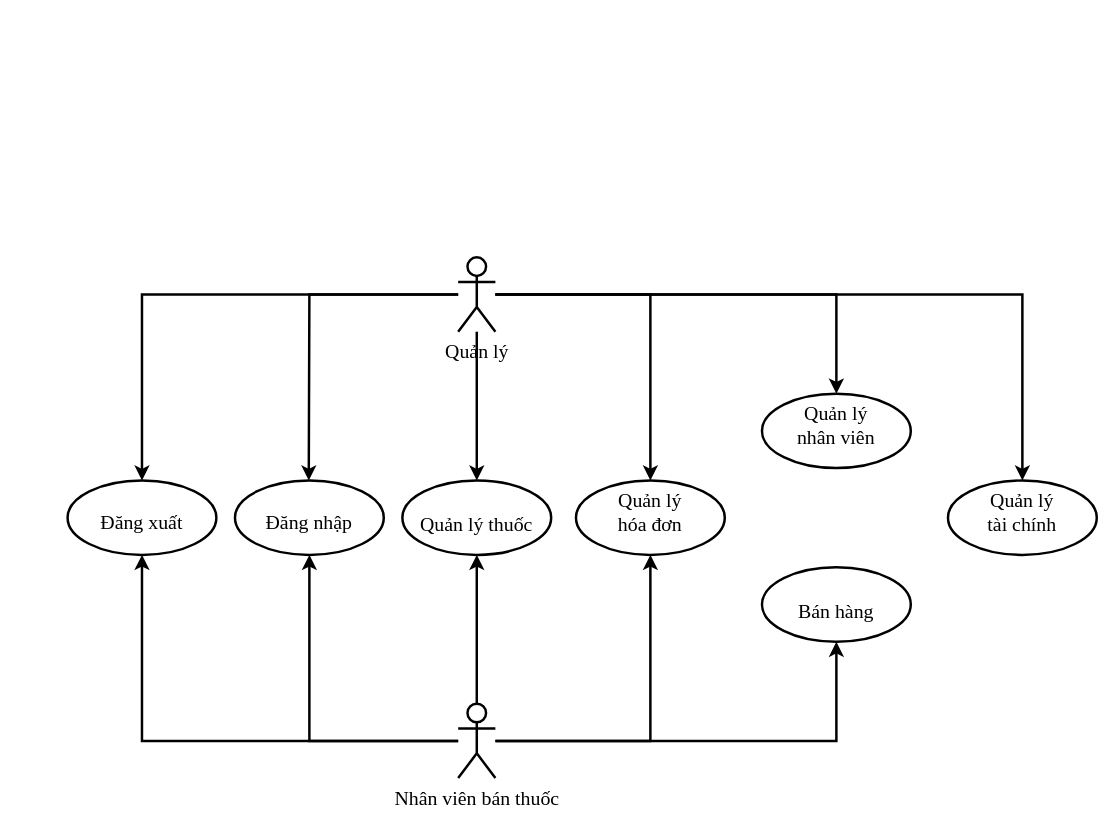
Earlier version of the draw.io diagram diagram/general.drawio (dungph/KMA_CTKH11). Source tidied: cells renumbered, new cells numbered last; positions are measured from the earlier drawing's top-left corner, leaving out a move shared by most shapes. Both pictures are drawn from the tidied source at 124%, with x=0, y=0 at pixel (67, 257).
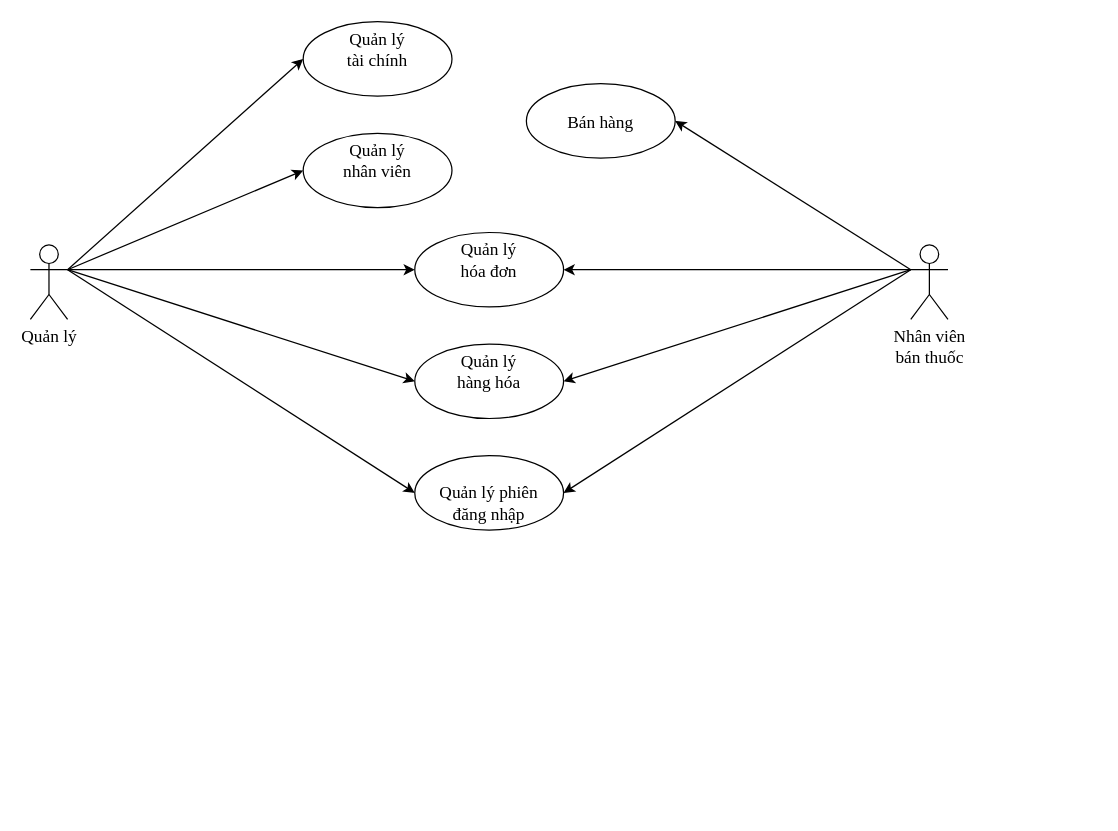
Above is the later version.

Diff of the diagram source:
```diff
@@
-    <mxCell id="2" value="&lt;br&gt;Đăng nhập&lt;br&gt;" style="ellipse;whiteSpace=wrap;html=1;fontSize=16;fontFamily=Times New Roman;verticalAlign=top;strokeWidth=2;align=center;spacingTop=-1;" parent="1" vertex="1">
-      <mxGeometry x="135" y="180" width="120" height="60" as="geometry" />
+    <mxCell id="2" value="&lt;br style=&quot;font-size: 14px;&quot;&gt;Quản lý phiên&lt;br style=&quot;font-size: 14px;&quot;&gt;đăng nhập" style="ellipse;whiteSpace=wrap;html=1;fontSize=14;fontFamily=Times New Roman;verticalAlign=top;strokeWidth=1;align=center;spacingTop=-1;" parent="1" vertex="1">
+      <mxGeometry x="280" y="160" width="120" height="60" as="geometry" />
     </mxCell>
-    <mxCell id="3" value="&lt;br&gt;Đăng xuất&lt;br&gt;" style="ellipse;whiteSpace=wrap;html=1;fontSize=16;fontFamily=Times New Roman;verticalAlign=top;strokeWidth=2;align=center;spacingTop=-1;" parent="1" vertex="1">
-      <mxGeometry y="180" width="120" height="60" as="geometry" />
-    </mxCell>
-    <mxCell id="4" style="edgeStyle=orthogonalEdgeStyle;rounded=0;jettySize=auto;html=1;fontFamily=Times New Roman;fontSize=16;strokeWidth=2;align=center;spacingTop=-1;entryX=0.5;entryY=0;entryDx=0;entryDy=0;" parent="1" edge="1" source="9" target="3">
-      <mxGeometry relative="1" as="geometry" />
-    </mxCell>
-    <mxCell id="5" style="edgeStyle=orthogonalEdgeStyle;rounded=0;jettySize=auto;html=1;fontFamily=Times New Roman;fontSize=16;strokeWidth=2;align=center;spacingTop=-1;entryX=0.5;entryY=0;entryDx=0;entryDy=0;" parent="1" edge="1" source="9">
-      <mxGeometry relative="1" as="geometry">
-        <mxPoint x="194.5" y="180" as="targetPoint" />
-      </mxGeometry>
-    </mxCell>
-    <mxCell id="6" style="edgeStyle=orthogonalEdgeStyle;rounded=0;jettySize=auto;html=1;entryX=0.5;entryY=0;entryDx=0;entryDy=0;fontFamily=Times New Roman;fontSize=16;strokeWidth=2;" parent="1" edge="1" source="9" target="19">
-      <mxGeometry relative="1" as="geometry" />
-    </mxCell>
-    <mxCell id="7" style="edgeStyle=orthogonalEdgeStyle;rounded=0;jettySize=auto;html=1;entryX=0.5;entryY=0;entryDx=0;entryDy=0;fontFamily=Times New Roman;fontSize=16;strokeWidth=2;" parent="1" edge="1" source="9" target="20">
-      <mxGeometry relative="1" as="geometry" />
-    </mxCell>
-    <mxCell id="8" style="edgeStyle=orthogonalEdgeStyle;rounded=0;jettySize=auto;html=1;entryX=0.5;entryY=0;entryDx=0;entryDy=0;fontFamily=Times New Roman;fontSize=16;strokeWidth=2;" parent="1" edge="1" source="9" target="12">
-      <mxGeometry relative="1" as="geometry" />
-    </mxCell>
-    <mxCell id="9" value="Quản lý&lt;br&gt;" style="shape=umlActor;verticalLabelPosition=bottom;verticalAlign=top;html=1;outlineConnect=0;fontFamily=Times New Roman;fontSize=16;strokeWidth=2;" parent="1" vertex="1">
-      <mxGeometry x="315" width="30" height="60" as="geometry" />
+    <mxCell id="9" value="Quản lý&lt;br style=&quot;font-size: 14px;&quot;&gt;" style="shape=umlActor;verticalLabelPosition=bottom;verticalAlign=top;html=1;outlineConnect=0;fontFamily=Times New Roman;fontSize=14;strokeWidth=1;" parent="1" vertex="1">
+      <mxGeometry x="-30" y="-10" width="30" height="60" as="geometry" />
     </mxCell>
-    <mxCell id="10" style="edgeStyle=orthogonalEdgeStyle;rounded=0;jettySize=auto;html=1;fontFamily=Times New Roman;fontSize=16;strokeWidth=2;" parent="1" edge="1" source="9" target="11">
-      <mxGeometry relative="1" as="geometry" />
-    </mxCell>
-    <mxCell id="11" value="Quản lý&lt;br&gt;nhân viên" style="ellipse;whiteSpace=wrap;html=1;fontSize=16;fontFamily=Times New Roman;verticalAlign=top;strokeWidth=2;" parent="1" vertex="1">
-      <mxGeometry x="560" y="110" width="120" height="60" as="geometry" />
+    <mxCell id="11" value="Quản lý&lt;br style=&quot;font-size: 14px;&quot;&gt;nhân viên" style="ellipse;whiteSpace=wrap;html=1;fontSize=14;fontFamily=Times New Roman;verticalAlign=top;strokeWidth=1;" parent="1" vertex="1">
+      <mxGeometry x="190" y="-100" width="120" height="60" as="geometry" />
     </mxCell>
-    <mxCell id="12" value="&lt;br&gt;Quản lý thuốc" style="ellipse;whiteSpace=wrap;html=1;fontSize=16;fontFamily=Times New Roman;verticalAlign=top;strokeWidth=2;" parent="1" vertex="1">
-      <mxGeometry x="270" y="180" width="120" height="60" as="geometry" />
+    <mxCell id="12" value="Quản lý&lt;br style=&quot;font-size: 14px;&quot;&gt;hàng hóa" style="ellipse;whiteSpace=wrap;html=1;fontSize=14;fontFamily=Times New Roman;verticalAlign=top;strokeWidth=1;" parent="1" vertex="1">
+      <mxGeometry x="280" y="70" width="120" height="60" as="geometry" />
     </mxCell>
-    <mxCell id="13" style="edgeStyle=orthogonalEdgeStyle;rounded=0;jettySize=auto;html=1;entryX=0.5;entryY=1;entryDx=0;entryDy=0;fontFamily=Times New Roman;fontSize=16;strokeWidth=2;" parent="1" edge="1" source="18" target="3">
-      <mxGeometry relative="1" as="geometry" />
-    </mxCell>
+    <mxCell id="18" value="Nhân viên&lt;br style=&quot;font-size: 14px;&quot;&gt;bán thuốc" style="shape=umlActor;verticalLabelPosition=bottom;verticalAlign=top;html=1;outlineConnect=0;fontFamily=Times New Roman;fontSize=14;strokeWidth=1;" parent="1" vertex="1">
+      <mxGeometry x="680" y="-10" width="30" height="60" as="geometry" />
+    </mxCell>
+    <mxCell id="19" value="Quản lý&lt;br style=&quot;font-size: 14px;&quot;&gt;tài chính&lt;br style=&quot;font-size: 14px;&quot;&gt;" style="ellipse;whiteSpace=wrap;html=1;fontSize=14;fontFamily=Times New Roman;verticalAlign=top;strokeWidth=1;" parent="1" vertex="1">
+      <mxGeometry x="190" y="-190" width="120" height="60" as="geometry" />
+    </mxCell>
+    <mxCell id="20" value="Quản lý &lt;br style=&quot;font-size: 14px;&quot;&gt;hóa đơn" style="ellipse;whiteSpace=wrap;html=1;fontSize=14;fontFamily=Times New Roman;verticalAlign=top;strokeWidth=1;" parent="1" vertex="1">
+      <mxGeometry x="280" y="-20" width="120" height="60" as="geometry" />
+    </mxCell>
+    <mxCell id="21" value="&lt;br style=&quot;font-size: 14px;&quot;&gt;Bán hàng&lt;br style=&quot;font-size: 14px;&quot;&gt;" style="ellipse;whiteSpace=wrap;html=1;fontSize=14;fontFamily=Times New Roman;verticalAlign=top;strokeWidth=1;" parent="1" vertex="1">
+      <mxGeometry x="370" y="-140" width="120" height="60" as="geometry" />
+    </mxCell>
+    <mxCell id="22" style="endArrow=classic;html=1;rounded=0;fontSize=14;strokeWidth=1;exitX=1;exitY=0.3333333333333333;exitDx=0;exitDy=0;exitPerimeter=0;entryX=0;entryY=0.5;entryDx=0;entryDy=0;" parent="1" edge="1" source="9" target="2">
+      <mxGeometry relative="1" as="geometry" />
+    </mxCell>
+    <mxCell id="8" style="endArrow=classic;html=1;rounded=0;fontSize=14;strokeWidth=1;exitX=1;exitY=0.3333333333333333;exitDx=0;exitDy=0;exitPerimeter=0;entryX=0;entryY=0.5;entryDx=0;entryDy=0;" parent="1" edge="1" source="9" target="12">
+      <mxGeometry relative="1" as="geometry" />
+    </mxCell>
+    <mxCell id="7" style="endArrow=classic;html=1;rounded=0;fontSize=14;strokeWidth=1;entryX=0;entryY=0.5;entryDx=0;entryDy=0;exitX=1;exitY=0.3333333333333333;exitDx=0;exitDy=0;exitPerimeter=0;" parent="1" edge="1" source="9" target="20">
+      <mxGeometry relative="1" as="geometry" />
+    </mxCell>
+    <mxCell id="10" style="endArrow=classic;html=1;rounded=0;fontSize=14;strokeWidth=1;entryX=0;entryY=0.5;entryDx=0;entryDy=0;exitX=1;exitY=0.3333333333333333;exitDx=0;exitDy=0;exitPerimeter=0;" parent="1" edge="1" source="9" target="11">
+      <mxGeometry relative="1" as="geometry" />
+    </mxCell>
+    <mxCell id="6" style="endArrow=classic;html=1;rounded=0;fontSize=14;strokeWidth=1;entryX=0;entryY=0.5;entryDx=0;entryDy=0;exitX=1;exitY=0.3333333333333333;exitDx=0;exitDy=0;exitPerimeter=0;" parent="1" edge="1" source="9" target="19">
+      <mxGeometry relative="1" as="geometry" />
+    </mxCell>
-    <mxCell id="14" style="edgeStyle=orthogonalEdgeStyle;rounded=0;jettySize=auto;html=1;entryX=0.5;entryY=1;entryDx=0;entryDy=0;fontFamily=Times New Roman;fontSize=16;strokeWidth=2;" parent="1" edge="1" source="18" target="2">
+    <mxCell id="14" style="endArrow=classic;html=1;rounded=0;fontSize=14;strokeWidth=1;entryX=1;entryY=0.5;entryDx=0;entryDy=0;exitX=0;exitY=0.3333333333333333;exitDx=0;exitDy=0;exitPerimeter=0;" parent="1" edge="1" source="18" target="2">
       <mxGeometry relative="1" as="geometry" />
     </mxCell>
-    <mxCell id="15" style="edgeStyle=orthogonalEdgeStyle;rounded=0;jettySize=auto;html=1;entryX=0.5;entryY=1;entryDx=0;entryDy=0;fontFamily=Times New Roman;fontSize=16;strokeWidth=2;" parent="1" edge="1" source="18" target="12">
+    <mxCell id="15" style="endArrow=classic;html=1;rounded=0;fontSize=14;strokeWidth=1;entryX=1;entryY=0.5;entryDx=0;entryDy=0;exitX=0;exitY=0.3333333333333333;exitDx=0;exitDy=0;exitPerimeter=0;" parent="1" edge="1" source="18" target="12">
       <mxGeometry relative="1" as="geometry" />
     </mxCell>
-    <mxCell id="16" style="edgeStyle=orthogonalEdgeStyle;rounded=0;jettySize=auto;html=1;entryX=0.5;entryY=1;entryDx=0;entryDy=0;fontFamily=Times New Roman;fontSize=16;strokeWidth=2;" parent="1" edge="1" source="18" target="20">
+    <mxCell id="16" style="endArrow=classic;html=1;rounded=0;fontSize=14;strokeWidth=1;entryX=1;entryY=0.5;entryDx=0;entryDy=0;exitX=0;exitY=0.3333333333333333;exitDx=0;exitDy=0;exitPerimeter=0;" parent="1" edge="1" source="18" target="20">
       <mxGeometry relative="1" as="geometry" />
     </mxCell>
-    <mxCell id="17" style="edgeStyle=orthogonalEdgeStyle;rounded=0;jettySize=auto;html=1;fontFamily=Times New Roman;fontSize=16;strokeWidth=2;" parent="1" edge="1" source="18" target="21">
+    <mxCell id="17" style="endArrow=classic;html=1;rounded=0;fontSize=14;strokeWidth=1;entryX=1;entryY=0.5;entryDx=0;entryDy=0;exitX=0;exitY=0.3333333333333333;exitDx=0;exitDy=0;exitPerimeter=0;" parent="1" edge="1" source="18" target="21">
       <mxGeometry relative="1" as="geometry" />
     </mxCell>
-    <mxCell id="18" value="Nhân viên bán thuốc" style="shape=umlActor;verticalLabelPosition=bottom;verticalAlign=top;html=1;outlineConnect=0;fontFamily=Times New Roman;fontSize=16;strokeWidth=2;" parent="1" vertex="1">
-      <mxGeometry x="315" y="360" width="30" height="60" as="geometry" />
-    </mxCell>
-    <mxCell id="19" value="Quản lý&lt;br&gt;tài chính&lt;br&gt;" style="ellipse;whiteSpace=wrap;html=1;fontSize=16;fontFamily=Times New Roman;verticalAlign=top;strokeWidth=2;" parent="1" vertex="1">
-      <mxGeometry x="710" y="180" width="120" height="60" as="geometry" />
-    </mxCell>
-    <mxCell id="20" value="Quản lý &lt;br&gt;hóa đơn" style="ellipse;whiteSpace=wrap;html=1;fontSize=16;fontFamily=Times New Roman;verticalAlign=top;strokeWidth=2;" parent="1" vertex="1">
-      <mxGeometry x="410" y="180" width="120" height="60" as="geometry" />
-    </mxCell>
-    <mxCell id="21" value="&lt;br&gt;Bán hàng&lt;br&gt;" style="ellipse;whiteSpace=wrap;html=1;fontSize=16;fontFamily=Times New Roman;verticalAlign=top;strokeWidth=2;" parent="1" vertex="1">
-      <mxGeometry x="560" y="250" width="120" height="60" as="geometry" />
-    </mxCell>
```
